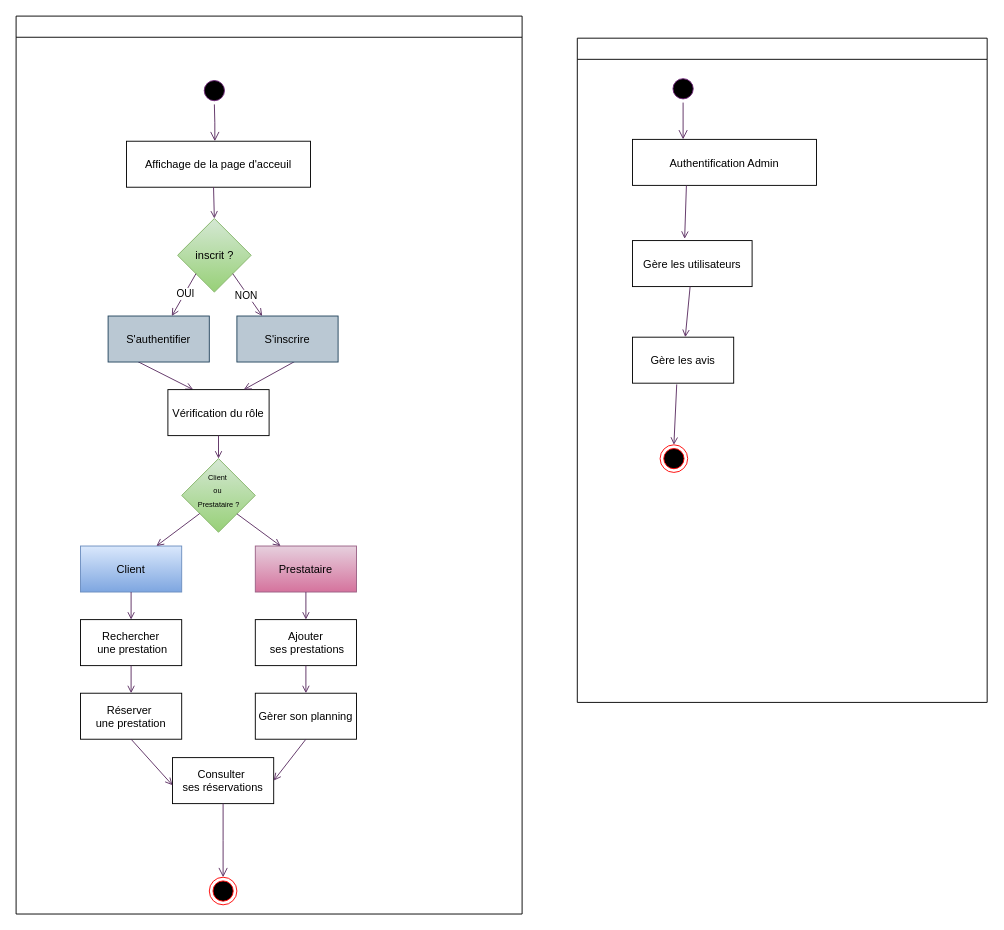
The draw.io diagram ActivityBB.drawio in Steony/BeautyBookerApp, before the edit. Source tidied: cells renumbered, new cells numbered last; positions are measured from the earlier drawing's top-left corner, leaving out a move shared by most shapes. Both pictures are drawn from the tidied source at 92%, with x=0, y=0 at pixel (16, 16).
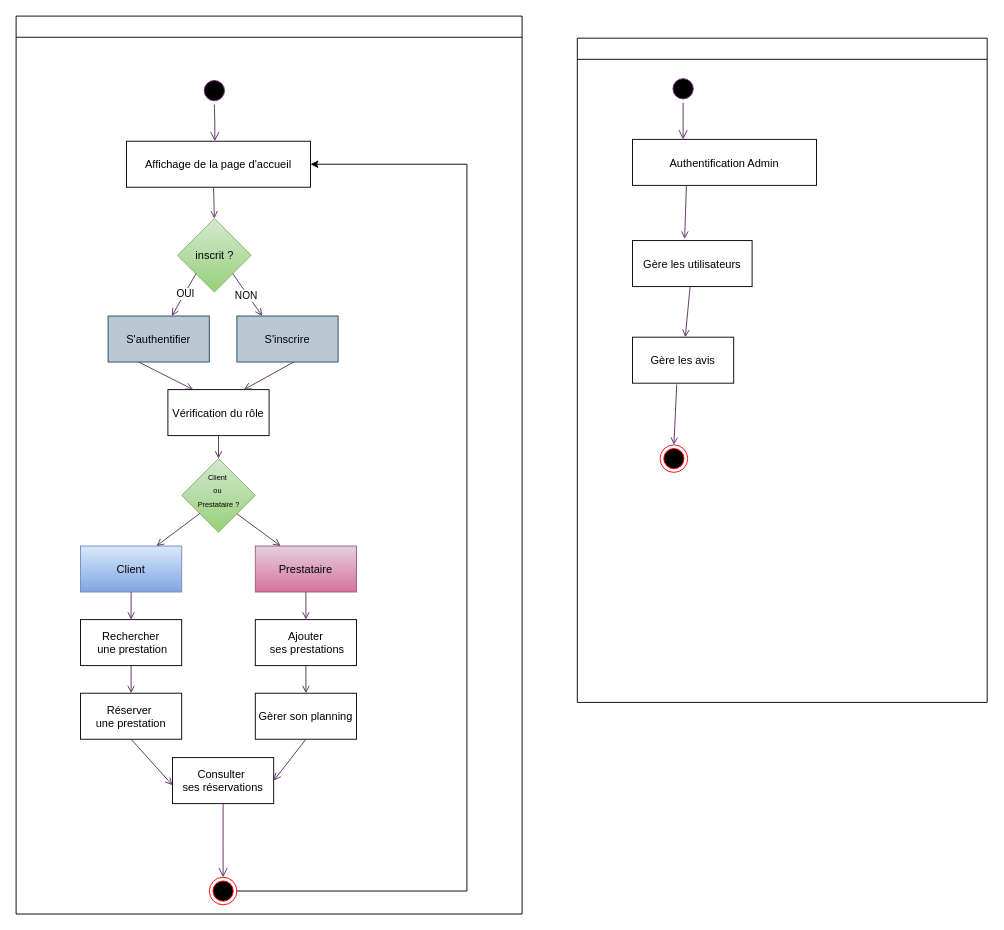
The same diagram, later.

Commit message (it also covers changes not shown here):
Mettre à jour ActivityBB.drawio

Unchanged cells that the change refers to:
```xml
<mxCell id="2" style="swimlane;whiteSpace=wrap;startSize=23;" parent="1" vertex="1">
  <mxGeometry width="550" height="976" as="geometry" />
</mxCell>
<mxCell id="20" style="ellipse;html=1;shape=endState;fillColor=#000000;strokeColor=#ff0000;" parent="2" vertex="1">
  <mxGeometry x="210" y="936" width="30" height="30" as="geometry" />
</mxCell>
```

What changed in the source:
```diff
@@
-    <mxCell id="16" value="Affichage de la page d'acceuil" parent="2" vertex="1">
+    <mxCell id="16" value="Affichage de la page d'accueil" parent="2" vertex="1">
       <mxGeometry x="120" y="136" width="200" height="50" as="geometry" />
     </mxCell>
@@
+    <mxCell id="47" style="edgeStyle=elbowEdgeStyle;rounded=0;jettySize=auto;html=1;exitX=1;exitY=0.5;exitDx=0;exitDy=0;elbow=vertical;entryX=1;entryY=0.5;entryDx=0;entryDy=0;" parent="2" edge="1" source="20" target="16">
+      <mxGeometry relative="1" as="geometry">
+        <Array as="points">
+          <mxPoint x="490" y="556" />
+        </Array>
+      </mxGeometry>
+    </mxCell>
```
